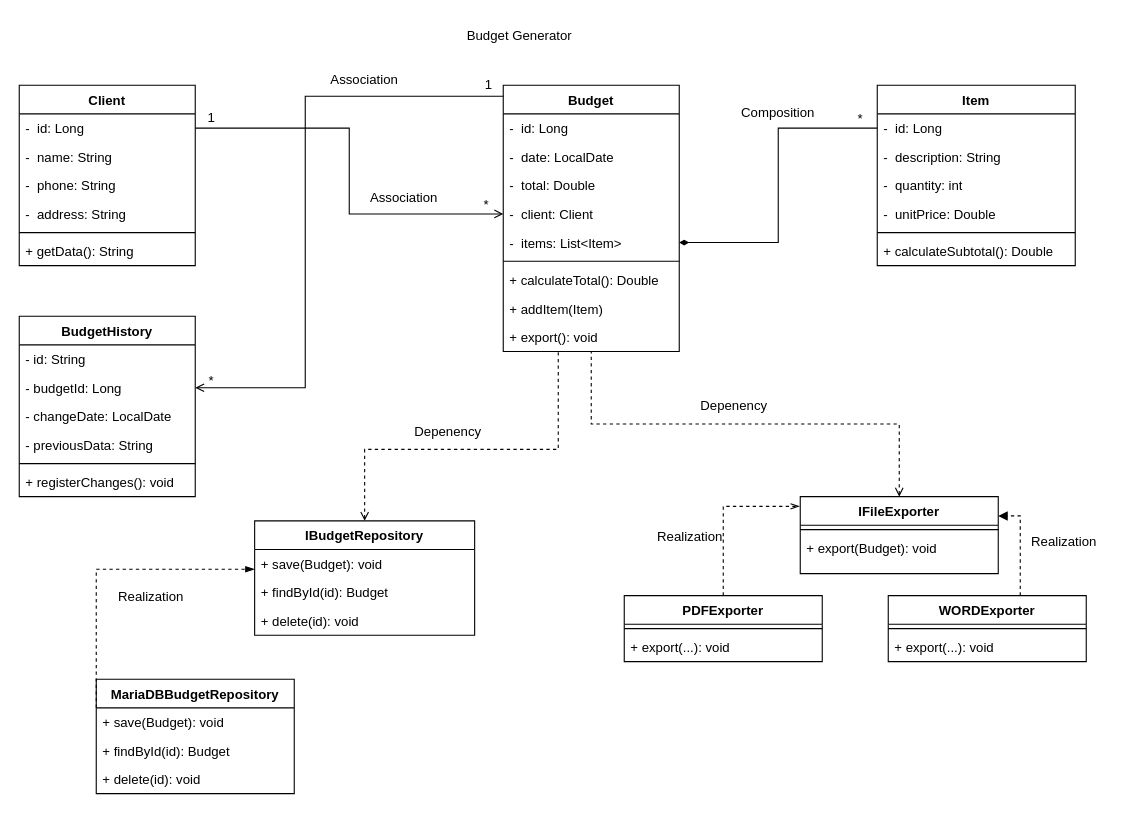
This is budget generator UML.drawio from gallard00/budget-generator, a draw.io file, before an edit. Source tidied: cells renumbered, new cells numbered last; positions are measured from the earlier drawing's top-left corner, leaving out a move shared by most shapes. Both pictures are drawn from the tidied source at 110%, with x=0, y=0 at pixel (19, 19).
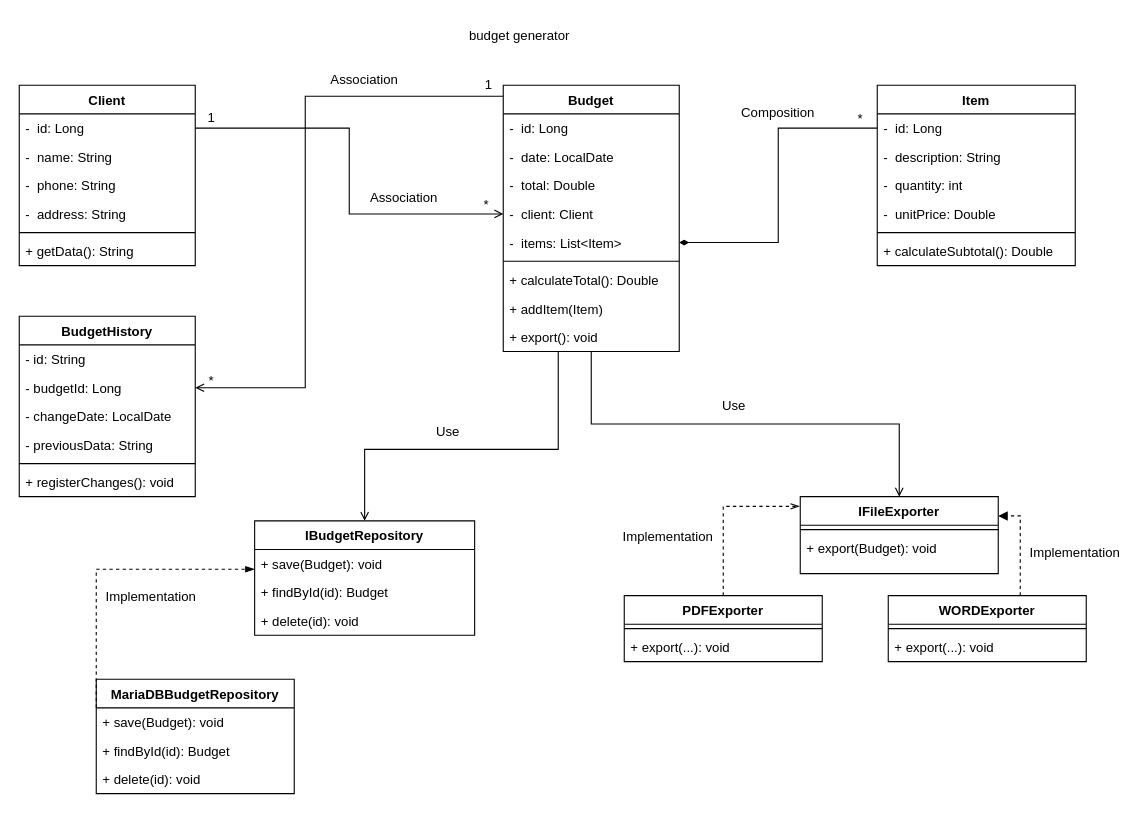
The same page after the edit.

Commit message:
feat: add JPA entities and repositories, update UML and DB config

Unchanged cells that the change refers to:
```xml
<mxCell id="9" value="Budget" style="swimlane;fontStyle=1;align=center;verticalAlign=top;horizontal=1;startSize=26;whiteSpace=wrap;html=1;" parent="1" vertex="1">
  <mxGeometry x="440" y="60" width="160" height="242" as="geometry" />
</mxCell>
<mxCell id="27" value="IFileExporter" style="swimlane;fontStyle=1;align=center;verticalAlign=top;horizontal=1;startSize=26;whiteSpace=wrap;html=1;" parent="1" vertex="1">
  <mxGeometry x="710" y="434" width="180" height="70" as="geometry" />
</mxCell>
<mxCell id="46" value="IBudgetRepository" style="swimlane;fontStyle=1;align=center;verticalAlign=top;horizontal=1;startSize=26;whiteSpace=wrap;html=1;" parent="1" vertex="1">
  <mxGeometry x="214" y="456" width="200" height="104" as="geometry" />
</mxCell>
```

Change to the diagram source:
```diff
@@
-    <mxCell id="26" style="edgeStyle=orthogonalEdgeStyle;rounded=0;jettySize=auto;html=1;exitX=0.5;exitY=0;exitDx=0;exitDy=0;endArrow=none;endFill=0;dashed=1;startArrow=open;startFill=0;" parent="1" edge="1" source="27" target="9">
+    <mxCell id="26" style="edgeStyle=orthogonalEdgeStyle;rounded=0;jettySize=auto;html=1;exitX=0.5;exitY=0;exitDx=0;exitDy=0;endArrow=none;endFill=0;startArrow=open;startFill=0;" parent="1" edge="1" source="27" target="9">
       <mxGeometry relative="1" as="geometry" />
     </mxCell>
@@
-    <mxCell id="45" style="edgeStyle=orthogonalEdgeStyle;rounded=0;jettySize=auto;html=1;exitX=0.5;exitY=0;exitDx=0;exitDy=0;startArrow=open;startFill=0;endArrow=none;endFill=0;dashed=1;" parent="1" edge="1" source="46" target="9">
+    <mxCell id="45" style="edgeStyle=orthogonalEdgeStyle;rounded=0;jettySize=auto;html=1;exitX=0.5;exitY=0;exitDx=0;exitDy=0;startArrow=open;startFill=0;endArrow=none;endFill=0;" parent="1" edge="1" source="46" target="9">
       <mxGeometry relative="1" as="geometry">
         <Array as="points">
           <mxPoint x="314" y="391" />
           <mxPoint x="490" y="391" />
         </Array>
       </mxGeometry>
     </mxCell>
@@
-    <mxCell id="56" value="Budget Generator" style="text;html=1;align=center;verticalAlign=middle;whiteSpace=wrap;rounded=0;" parent="1" vertex="1">
+    <mxCell id="56" value="budget generator" style="text;html=1;align=center;verticalAlign=middle;whiteSpace=wrap;rounded=0;" parent="1" vertex="1">
       <mxGeometry x="370" width="170" height="30" as="geometry" />
     </mxCell>
@@
-    <mxCell id="64" value="Depenency" style="text;html=1;align=center;verticalAlign=middle;whiteSpace=wrap;rounded=0;" parent="1" vertex="1">
+    <mxCell id="64" value="Use" style="text;html=1;align=center;verticalAlign=middle;whiteSpace=wrap;rounded=0;" parent="1" vertex="1">
       <mxGeometry x="620" y="337" width="60" height="30" as="geometry" />
     </mxCell>
@@
-    <mxCell id="68" value="Depenency" style="text;html=1;align=center;verticalAlign=middle;whiteSpace=wrap;rounded=0;" parent="1" vertex="1">
+    <mxCell id="68" value="Use" style="text;html=1;align=center;verticalAlign=middle;whiteSpace=wrap;rounded=0;" parent="1" vertex="1">
       <mxGeometry x="360" y="360" width="60" height="30" as="geometry" />
     </mxCell>
-    <mxCell id="69" value="Realization" style="text;html=1;align=center;verticalAlign=middle;whiteSpace=wrap;rounded=0;" parent="1" vertex="1">
+    <mxCell id="69" value="Implementation" style="text;html=1;align=center;verticalAlign=middle;whiteSpace=wrap;rounded=0;" parent="1" vertex="1">
       <mxGeometry x="90" y="510" width="60" height="30" as="geometry" />
     </mxCell>
-    <mxCell id="70" value="Realization" style="text;html=1;align=center;verticalAlign=middle;whiteSpace=wrap;rounded=0;" parent="1" vertex="1">
-      <mxGeometry x="580" y="456" width="60" height="30" as="geometry" />
-    </mxCell>
-    <mxCell id="71" value="Realization" style="text;html=1;align=center;verticalAlign=middle;whiteSpace=wrap;rounded=0;" parent="1" vertex="1">
-      <mxGeometry x="920" y="460" width="60" height="30" as="geometry" />
-    </mxCell>
+    <mxCell id="72" value="Implementation" style="text;html=1;align=center;verticalAlign=middle;whiteSpace=wrap;rounded=0;" parent="1" vertex="1">
+      <mxGeometry x="560" y="456" width="60" height="30" as="geometry" />
+    </mxCell>
+    <mxCell id="73" value="Implementation" style="text;html=1;align=center;verticalAlign=middle;whiteSpace=wrap;rounded=0;" parent="1" vertex="1">
+      <mxGeometry x="930" y="470" width="60" height="30" as="geometry" />
+    </mxCell>
```
